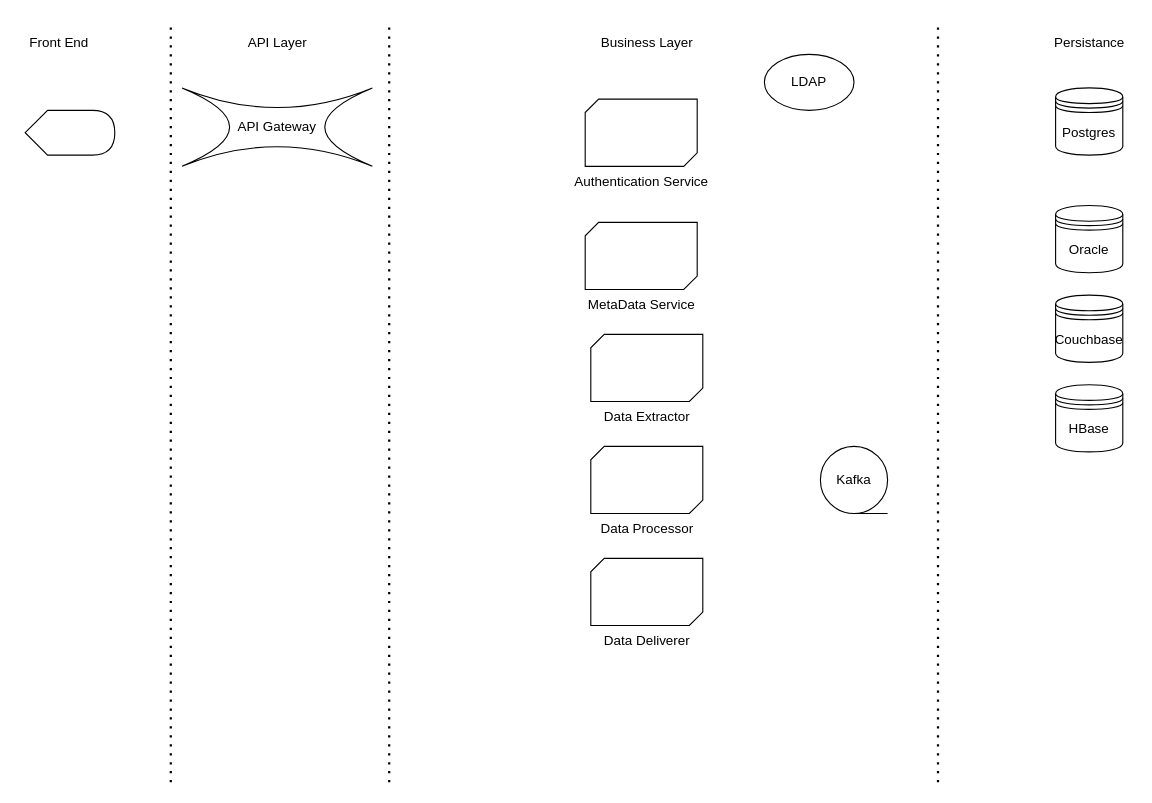
This is Untitled Diagram.drawio from bharath-k-reddy/LearnOpenSource, a draw.io file, before an edit. Source tidied: cells renumbered, new cells numbered last; positions are measured from the earlier drawing's top-left corner, leaving out a move shared by most shapes. Both pictures are drawn from the tidied source at 112%, with x=0, y=0 at pixel (19, 20).
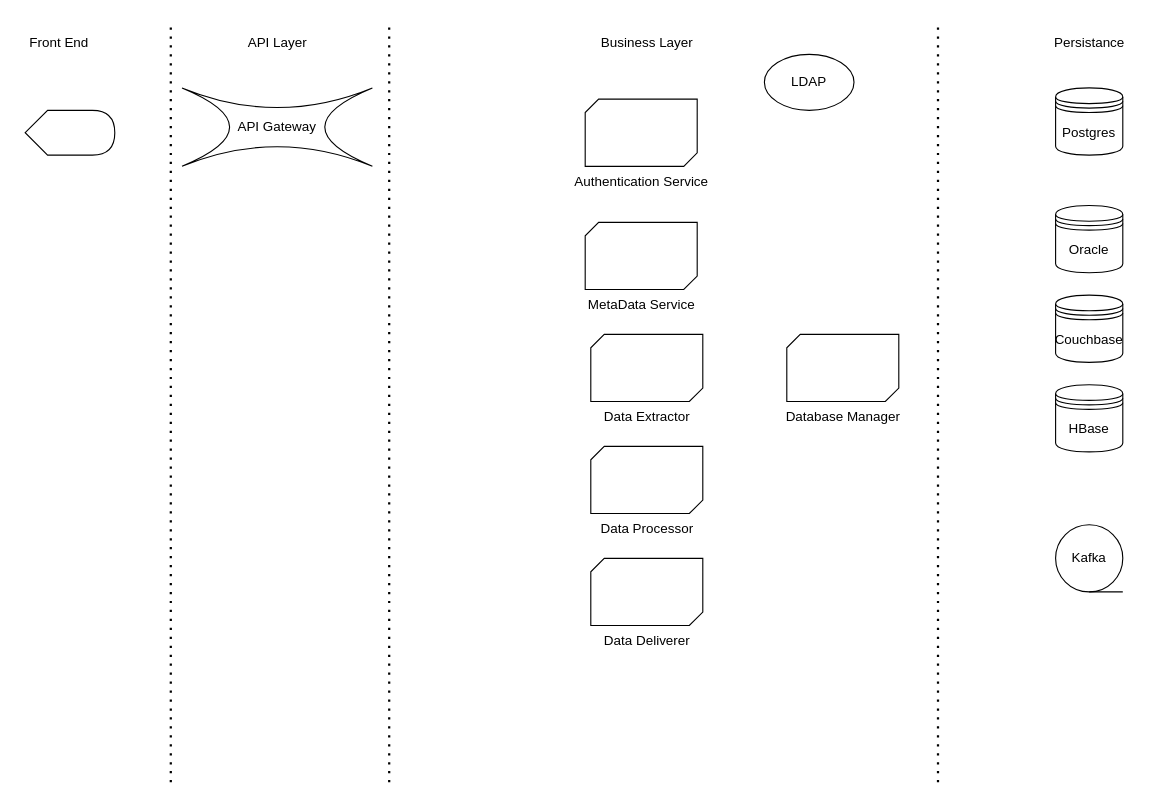
Above is the later version.

Diff of the diagram source:
```diff
@@
     <mxCell id="20" value="Kafka" style="shape=tapeData;whiteSpace=wrap;html=1;perimeter=ellipsePerimeter;" parent="1" vertex="1">
-      <mxGeometry x="715" y="380" width="60" height="60" as="geometry" />
+      <mxGeometry x="925" y="450" width="60" height="60" as="geometry" />
     </mxCell>
@@
+    <mxCell id="22" value="Database Manager" style="verticalLabelPosition=bottom;verticalAlign=top;html=1;shape=mxgraph.basic.diag_snip_rect;dx=6;fontStyle=0;" parent="1" vertex="1">
+      <mxGeometry x="685" y="280" width="100" height="60" as="geometry" />
+    </mxCell>
```
